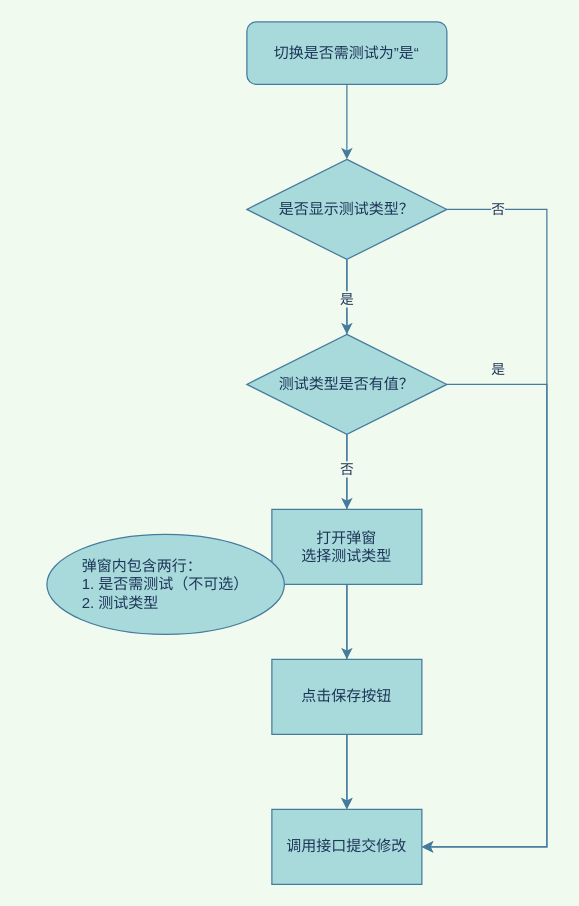
Before: Test Diagram.drawio in SikyChen/diagrams, a draw.io diagram. Source tidied: cells renumbered, new cells numbered last; positions are measured from the earlier drawing's top-left corner, leaving out a move shared by most shapes. Both pictures are drawn from the tidied source at 125%, with x=0, y=0 at pixel (46, 21).
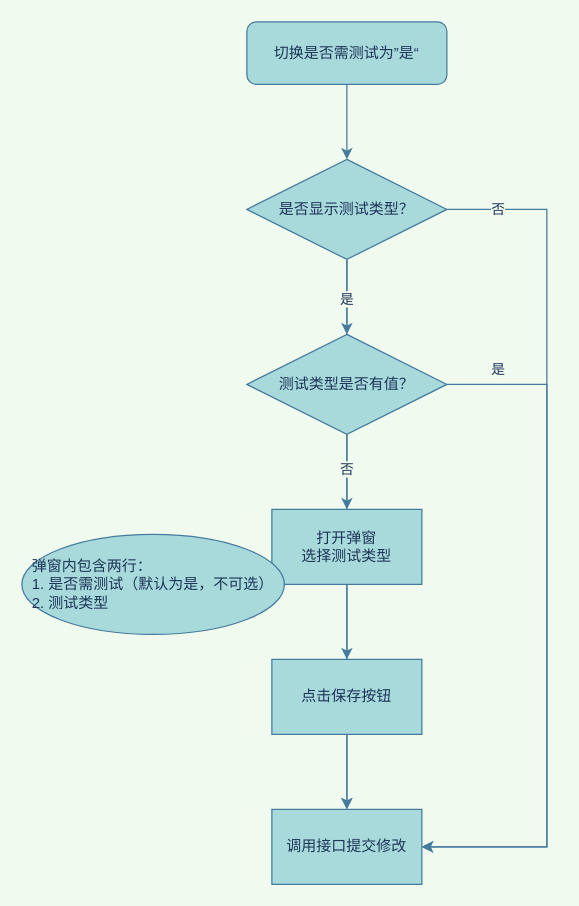
Above is the later version.

The edit, as a diff of the source:
```diff
@@
-    <mxCell id="21" value="&lt;div style=&quot;text-align: left;&quot;&gt;&lt;span style=&quot;background-color: initial;&quot;&gt;弹窗内包含两行：&lt;/span&gt;&lt;/div&gt;&lt;div style=&quot;text-align: left;&quot;&gt;&lt;span style=&quot;background-color: initial;&quot;&gt;1. 是否需测试（不可选）&lt;/span&gt;&lt;/div&gt;&lt;div style=&quot;text-align: left;&quot;&gt;&lt;span style=&quot;background-color: initial;&quot;&gt;2. 测试类型&lt;/span&gt;&lt;/div&gt;" style="ellipse;whiteSpace=wrap;html=1;fillColor=#A8DADC;strokeColor=#457B9D;fontColor=#1D3557;" parent="1" vertex="1">
-      <mxGeometry y="410" width="190" height="80" as="geometry" />
+    <mxCell id="21" value="&lt;div style=&quot;text-align: left;&quot;&gt;&lt;span style=&quot;background-color: initial;&quot;&gt;弹窗内包含两行：&lt;/span&gt;&lt;/div&gt;&lt;div style=&quot;text-align: left;&quot;&gt;&lt;span style=&quot;background-color: initial;&quot;&gt;1. 是否需测试（默认为是，不可选）&lt;/span&gt;&lt;/div&gt;&lt;div style=&quot;text-align: left;&quot;&gt;&lt;span style=&quot;background-color: initial;&quot;&gt;2. 测试类型&lt;/span&gt;&lt;/div&gt;" style="ellipse;whiteSpace=wrap;html=1;fillColor=#A8DADC;strokeColor=#457B9D;fontColor=#1D3557;" parent="1" vertex="1">
+      <mxGeometry x="-20" y="410" width="210" height="80" as="geometry" />
     </mxCell>
```
